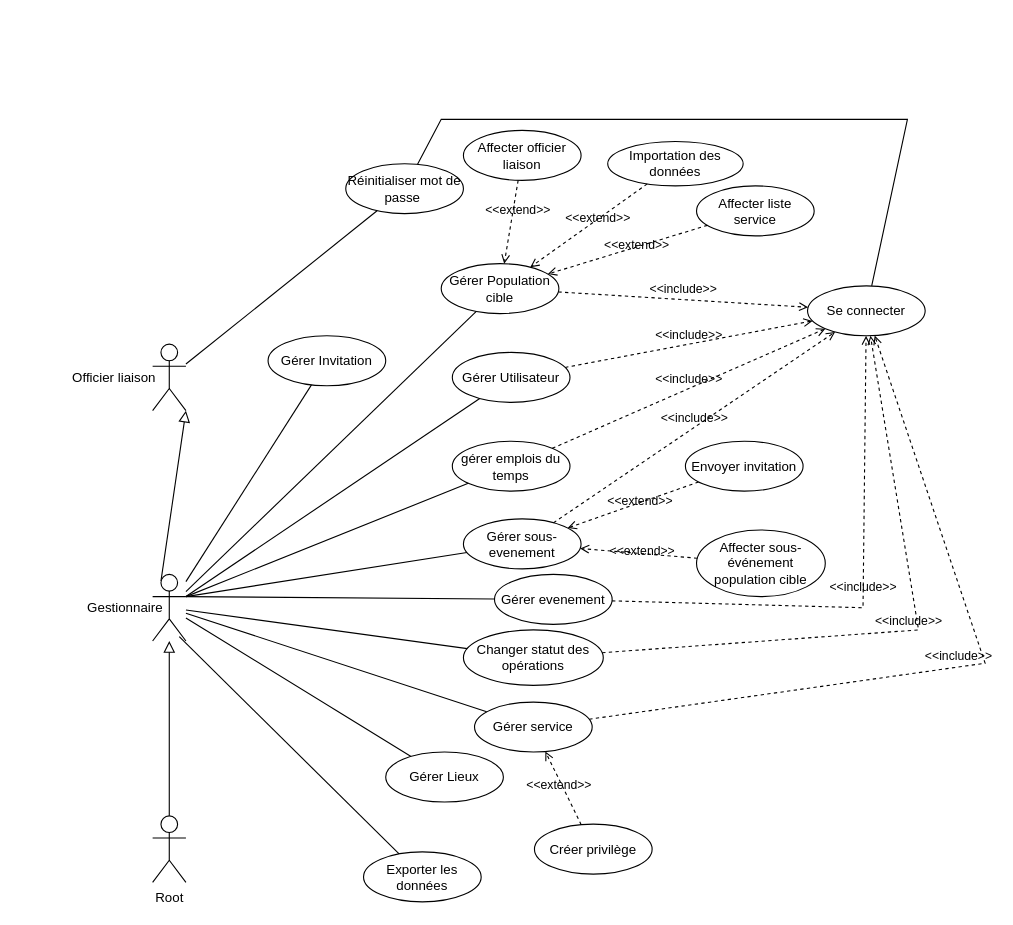
This is page "DCU-ACCUEIL-PROTOCOLE" (1 of 7) of Diagramme COCAN.drawio from kbvac/Diagramme-UML, a draw.io file, before an edit. Source tidied: cells renumbered, new cells numbered last; positions are measured from the earlier drawing's top-left corner, leaving out a move shared by most shapes. Both pictures are drawn from the tidied source at 111%, with x=0, y=0 at pixel (58, 119).
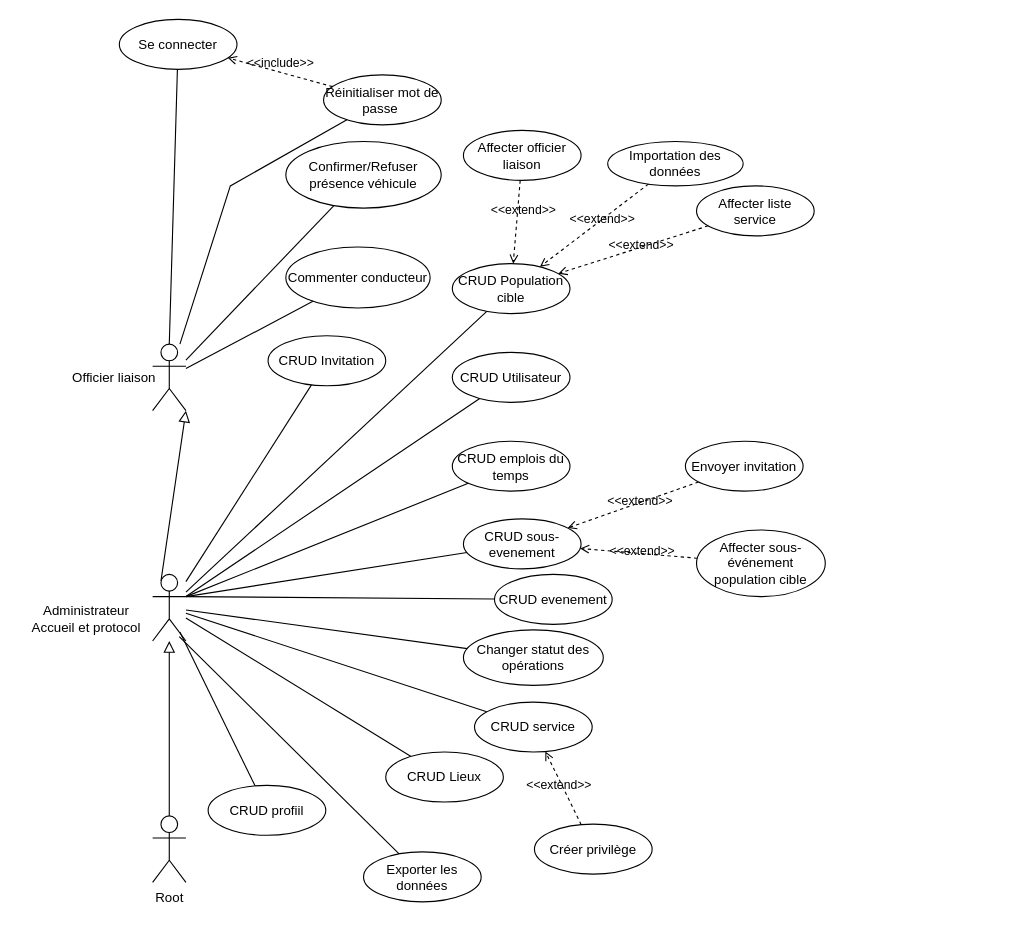
The same page after the edit.

The change refers to these unchanged cells:
```xml
<mxCell id="2" style="shape=umlActor;verticalLabelPosition=bottom;verticalAlign=top;html=1;" parent="1" vertex="1">
  <mxGeometry x="85" y="410" width="30" height="60" as="geometry" />
</mxCell>
<mxCell id="36" style="shape=umlActor;verticalLabelPosition=bottom;verticalAlign=top;html=1;" parent="1" vertex="1">
  <mxGeometry x="85" y="202.5" width="30" height="60" as="geometry" />
</mxCell>
<mxCell id="45" value="Changer statut des opérations" style="ellipse;whiteSpace=wrap;html=1;" parent="1" vertex="1">
  <mxGeometry x="365" y="460" width="126" height="50" as="geometry" />
</mxCell>
```

Change to the diagram source:
```diff
@@
-    <mxCell id="6" value="Gestionnaire" style="text;html=1;align=center;verticalAlign=middle;strokeColor=none;fillColor=none;" parent="1" vertex="1">
-      <mxGeometry x="15" y="425" width="90" height="30" as="geometry" />
+    <mxCell id="6" value="Administrateur &lt;br&gt;Accueil et protocol" style="text;html=1;align=center;verticalAlign=middle;strokeColor=none;fillColor=none;" parent="1" vertex="1">
+      <mxGeometry x="-35" y="430" width="120" height="40" as="geometry" />
     </mxCell>
-    <mxCell id="7" value="Gérer Utilisateur" style="ellipse;whiteSpace=wrap;html=1;" parent="1" vertex="1">
+    <mxCell id="7" value="CRUD Utilisateur" style="ellipse;whiteSpace=wrap;html=1;" parent="1" vertex="1">
       <mxGeometry x="355" y="210" width="106" height="45" as="geometry" />
     </mxCell>
@@
-    <mxCell id="9" value="Gérer Population cible" style="ellipse;whiteSpace=wrap;html=1;" parent="1" vertex="1">
-      <mxGeometry x="345" y="130" width="106" height="45" as="geometry" />
+    <mxCell id="9" value="CRUD Population cible" style="ellipse;whiteSpace=wrap;html=1;" parent="1" vertex="1">
+      <mxGeometry x="355" y="130" width="106" height="45" as="geometry" />
     </mxCell>
@@
     <mxCell id="12" value="Se connecter" style="ellipse;whiteSpace=wrap;html=1;" parent="1" vertex="1">
-      <mxGeometry x="675" y="150" width="106" height="45" as="geometry" />
+      <mxGeometry x="55" y="-90" width="106" height="45" as="geometry" />
     </mxCell>
-    <mxCell id="13" value="&amp;lt;&amp;lt;include&amp;gt;&amp;gt;" style="html=1;verticalAlign=bottom;labelBackgroundColor=none;endArrow=open;endFill=0;dashed=1;rounded=0;" parent="1" edge="1" source="9" target="12">
-      <mxGeometry relative="1" as="geometry" />
-    </mxCell>
-    <mxCell id="14" value="&amp;lt;&amp;lt;include&amp;gt;&amp;gt;" style="html=1;verticalAlign=bottom;labelBackgroundColor=none;endArrow=open;endFill=0;dashed=1;rounded=0;" parent="1" edge="1" source="7" target="12">
-      <mxGeometry relative="1" as="geometry" />
-    </mxCell>
@@
-    <mxCell id="17" value="Gérer Lieux" style="ellipse;whiteSpace=wrap;html=1;" parent="1" vertex="1">
+    <mxCell id="17" value="CRUD Lieux" style="ellipse;whiteSpace=wrap;html=1;" parent="1" vertex="1">
       <mxGeometry x="295" y="570" width="106" height="45" as="geometry" />
     </mxCell>
@@
-    <mxCell id="21" value="Gérer service" style="ellipse;whiteSpace=wrap;html=1;" parent="1" vertex="1">
+    <mxCell id="21" value="CRUD service" style="ellipse;whiteSpace=wrap;html=1;" parent="1" vertex="1">
       <mxGeometry x="375" y="525" width="106" height="45" as="geometry" />
     </mxCell>
@@
-    <mxCell id="25" value="Gérer sous-evenement" style="ellipse;whiteSpace=wrap;html=1;" parent="1" vertex="1">
+    <mxCell id="25" value="CRUD sous-evenement" style="ellipse;whiteSpace=wrap;html=1;" parent="1" vertex="1">
       <mxGeometry x="365" y="360" width="106" height="45" as="geometry" />
     </mxCell>
@@
-    <mxCell id="27" value="Gérer evenement" style="ellipse;whiteSpace=wrap;html=1;" parent="1" vertex="1">
+    <mxCell id="27" value="CRUD evenement" style="ellipse;whiteSpace=wrap;html=1;" parent="1" vertex="1">
       <mxGeometry x="393" y="410" width="106" height="45" as="geometry" />
     </mxCell>
@@
-    <mxCell id="34" value="gérer emplois du temps" style="ellipse;whiteSpace=wrap;html=1;" parent="1" vertex="1">
+    <mxCell id="34" value="CRUD emplois du temps" style="ellipse;whiteSpace=wrap;html=1;" parent="1" vertex="1">
       <mxGeometry x="355" y="290" width="106" height="45" as="geometry" />
     </mxCell>
@@
     <mxCell id="40" value="Réinitialiser mot de passe&amp;nbsp;" style="ellipse;whiteSpace=wrap;html=1;" parent="1" vertex="1">
-      <mxGeometry x="259" y="40" width="106" height="45" as="geometry" />
+      <mxGeometry x="239" y="-40" width="106" height="45" as="geometry" />
     </mxCell>
     <mxCell id="41" style="endArrow=none;startArrow=none;endFill=0;startFill=0;endSize=8;html=1;verticalAlign=bottom;labelBackgroundColor=none;strokeWidth=1;rounded=0;" parent="1" edge="1" source="36" target="40">
-      <mxGeometry relative="1" as="geometry" />
+      <mxGeometry relative="1" as="geometry">
+        <Array as="points">
+          <mxPoint x="155" y="60" />
+        </Array>
+      </mxGeometry>
     </mxCell>
@@
-    <mxCell id="44" style="endArrow=none;startArrow=none;endFill=0;startFill=0;endSize=8;html=1;verticalAlign=bottom;labelBackgroundColor=none;strokeWidth=1;rounded=0;" parent="1" edge="1" source="40" target="12">
-      <mxGeometry relative="1" as="geometry">
-        <Array as="points">
-          <mxPoint x="345" />
-          <mxPoint x="765" />
-        </Array>
-      </mxGeometry>
-    </mxCell>
@@
-    <mxCell id="46" style="endArrow=none;startArrow=none;endFill=0;startFill=0;endSize=8;html=1;verticalAlign=bottom;labelBackgroundColor=none;strokeWidth=1;rounded=0;" parent="1" edge="1" source="2" target="45">
-      <mxGeometry relative="1" as="geometry" />
+    <mxCell id="46" style="endArrow=none;startArrow=none;endFill=0;startFill=0;endSize=8;html=1;verticalAlign=bottom;labelBackgroundColor=none;strokeWidth=1;rounded=0;" parent="1" edge="1" target="45">
+      <mxGeometry relative="1" as="geometry">
+        <mxPoint x="115" y="442" as="sourcePoint" />
+      </mxGeometry>
     </mxCell>
-    <mxCell id="47" value="Gérer Invitation" style="ellipse;whiteSpace=wrap;html=1;" parent="1" vertex="1">
+    <mxCell id="47" value="CRUD Invitation" style="ellipse;whiteSpace=wrap;html=1;" parent="1" vertex="1">
       <mxGeometry x="189" y="195" width="106" height="45" as="geometry" />
     </mxCell>
@@
-    <mxCell id="49" value="&amp;lt;&amp;lt;include&amp;gt;&amp;gt;" style="html=1;verticalAlign=bottom;labelBackgroundColor=none;endArrow=open;endFill=0;dashed=1;rounded=0;" parent="1" edge="1" source="34" target="12">
-      <mxGeometry relative="1" as="geometry" />
-    </mxCell>
-    <mxCell id="50" value="&amp;lt;&amp;lt;include&amp;gt;&amp;gt;" style="html=1;verticalAlign=bottom;labelBackgroundColor=none;endArrow=open;endFill=0;dashed=1;rounded=0;" parent="1" edge="1" source="25" target="12">
-      <mxGeometry relative="1" as="geometry" />
-    </mxCell>
-    <mxCell id="51" value="&amp;lt;&amp;lt;include&amp;gt;&amp;gt;" style="html=1;verticalAlign=bottom;labelBackgroundColor=none;endArrow=open;endFill=0;dashed=1;rounded=0;" parent="1" edge="1" source="27" target="12">
-      <mxGeometry relative="1" as="geometry">
-        <Array as="points">
-          <mxPoint x="725" y="440" />
-        </Array>
-      </mxGeometry>
-    </mxCell>
-    <mxCell id="52" value="&amp;lt;&amp;lt;include&amp;gt;&amp;gt;" style="html=1;verticalAlign=bottom;labelBackgroundColor=none;endArrow=open;endFill=0;dashed=1;rounded=0;" parent="1" edge="1" source="45" target="12">
-      <mxGeometry relative="1" as="geometry">
-        <Array as="points">
-          <mxPoint x="775" y="460" />
-        </Array>
-      </mxGeometry>
-    </mxCell>
-    <mxCell id="53" value="&amp;lt;&amp;lt;include&amp;gt;&amp;gt;" style="html=1;verticalAlign=bottom;labelBackgroundColor=none;endArrow=open;endFill=0;dashed=1;rounded=0;" parent="1" edge="1" source="21" target="12">
-      <mxGeometry relative="1" as="geometry">
-        <Array as="points">
-          <mxPoint x="835" y="490" />
-        </Array>
-      </mxGeometry>
-    </mxCell>
+    <mxCell id="54" value="CRUD profiil" style="ellipse;whiteSpace=wrap;html=1;" parent="1" vertex="1">
+      <mxGeometry x="135" y="600" width="106" height="45" as="geometry" />
+    </mxCell>
+    <mxCell id="55" style="endArrow=none;startArrow=none;endFill=0;startFill=0;endSize=8;html=1;verticalAlign=bottom;labelBackgroundColor=none;strokeWidth=1;rounded=0;exitX=0.818;exitY=0.865;exitDx=0;exitDy=0;exitPerimeter=0;" parent="1" edge="1" source="2" target="54">
+      <mxGeometry relative="1" as="geometry" />
+    </mxCell>
+    <mxCell id="56" style="endArrow=none;startArrow=none;endFill=0;startFill=0;endSize=8;html=1;verticalAlign=bottom;labelBackgroundColor=none;strokeWidth=1;rounded=0;exitX=0.5;exitY=0;exitDx=0;exitDy=0;exitPerimeter=0;" parent="1" edge="1" source="36" target="12">
+      <mxGeometry relative="1" as="geometry" />
+    </mxCell>
+    <mxCell id="44" value="&amp;lt;&amp;lt;include&amp;gt;&amp;gt;" style="html=1;verticalAlign=bottom;labelBackgroundColor=none;endArrow=open;endFill=0;dashed=1;rounded=0;" parent="1" edge="1" source="40" target="12">
+      <mxGeometry relative="1" as="geometry" />
+    </mxCell>
+    <mxCell id="57" value="Confirmer/Refuser présence véhicule" style="ellipse;whiteSpace=wrap;html=1;" parent="1" vertex="1">
+      <mxGeometry x="205" y="20" width="140" height="60" as="geometry" />
+    </mxCell>
+    <mxCell id="58" style="endArrow=none;startArrow=none;endFill=0;startFill=0;endSize=8;html=1;verticalAlign=bottom;labelBackgroundColor=none;strokeWidth=1;rounded=0;" parent="1" edge="1" source="36" target="57">
+      <mxGeometry relative="1" as="geometry" />
+    </mxCell>
+    <mxCell id="59" value="Commenter conducteur" style="ellipse;whiteSpace=wrap;html=1;" parent="1" vertex="1">
+      <mxGeometry x="205" y="115" width="130" height="55" as="geometry" />
+    </mxCell>
+    <mxCell id="60" style="endArrow=none;startArrow=none;endFill=0;startFill=0;endSize=8;html=1;verticalAlign=bottom;labelBackgroundColor=none;strokeWidth=1;rounded=0;" parent="1" edge="1" source="36" target="59">
+      <mxGeometry relative="1" as="geometry" />
+    </mxCell>
```
